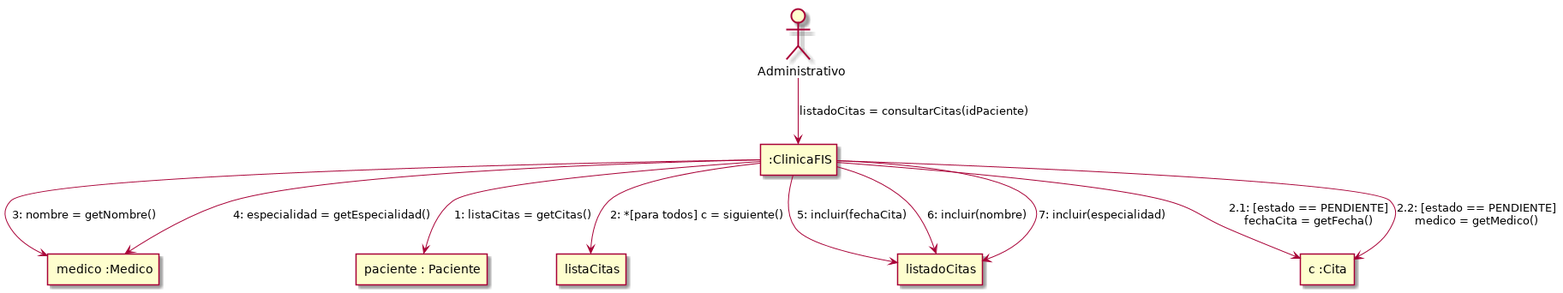
Above: P4/consultarCitas.png in Ludvins/DGIIM_FIS (PlantUML), before the change. Source of this version:
```plantuml
@startuml
!pragma teoz true



actor Administrativo as admin

agent ":ClinicaFIS" as clinica
agent "medico :Medico" as medico
agent "paciente : Paciente" as paciente
agent listaCitas
agent listadoCitas
agent "c :Cita" as c


admin --> clinica : listadoCitas = consultarCitas(idPaciente)
clinica --> paciente : 1: listaCitas = getCitas()
clinica --> listaCitas : 2: *[para todos] c = siguiente()
clinica --> c : 2.1: [estado == PENDIENTE]\nfechaCita = getFecha()
clinica --> c : 2.2: [estado == PENDIENTE]\nmedico = getMedico()
clinica --> medico : 3: nombre = getNombre()
clinica --> medico : 4: especialidad = getEspecialidad()

clinica --> listadoCitas : 5: incluir(fechaCita)
clinica --> listadoCitas : 6: incluir(nombre)
clinica --> listadoCitas : 7: incluir(especialidad)

@enduml
```
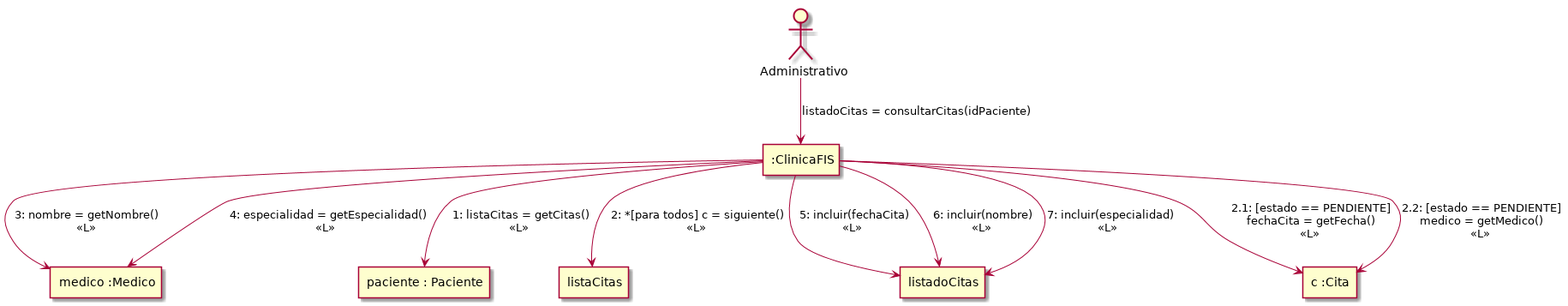
After the change.

Commit message:
Añade asociaciones en consultarCitas

What changed in the source:
```diff
@@ -14,15 +14,15 @@
 
 
 admin --> clinica : listadoCitas = consultarCitas(idPaciente)
-clinica --> paciente : 1: listaCitas = getCitas()
-clinica --> listaCitas : 2: *[para todos] c = siguiente()
-clinica --> c : 2.1: [estado == PENDIENTE]\nfechaCita = getFecha()
-clinica --> c : 2.2: [estado == PENDIENTE]\nmedico = getMedico()
-clinica --> medico : 3: nombre = getNombre()
-clinica --> medico : 4: especialidad = getEspecialidad()
+clinica --> paciente : 1: listaCitas = getCitas()\n<<L>>
+clinica --> listaCitas : 2: *[para todos] c = siguiente()\n<<L>>
+clinica --> c : 2.1: [estado == PENDIENTE]\nfechaCita = getFecha()\n<<L>>
+clinica --> c : 2.2: [estado == PENDIENTE]\nmedico = getMedico()\n<<L>>
+clinica --> medico : 3: nombre = getNombre()\n<<L>>
+clinica --> medico : 4: especialidad = getEspecialidad()\n<<L>>
 
-clinica --> listadoCitas : 5: incluir(fechaCita)
-clinica --> listadoCitas : 6: incluir(nombre)
-clinica --> listadoCitas : 7: incluir(especialidad)
+clinica --> listadoCitas : 5: incluir(fechaCita)\n<<L>>
+clinica --> listadoCitas : 6: incluir(nombre)\n<<L>>
+clinica --> listadoCitas : 7: incluir(especialidad)\n<<L>>
 
 @enduml
```
